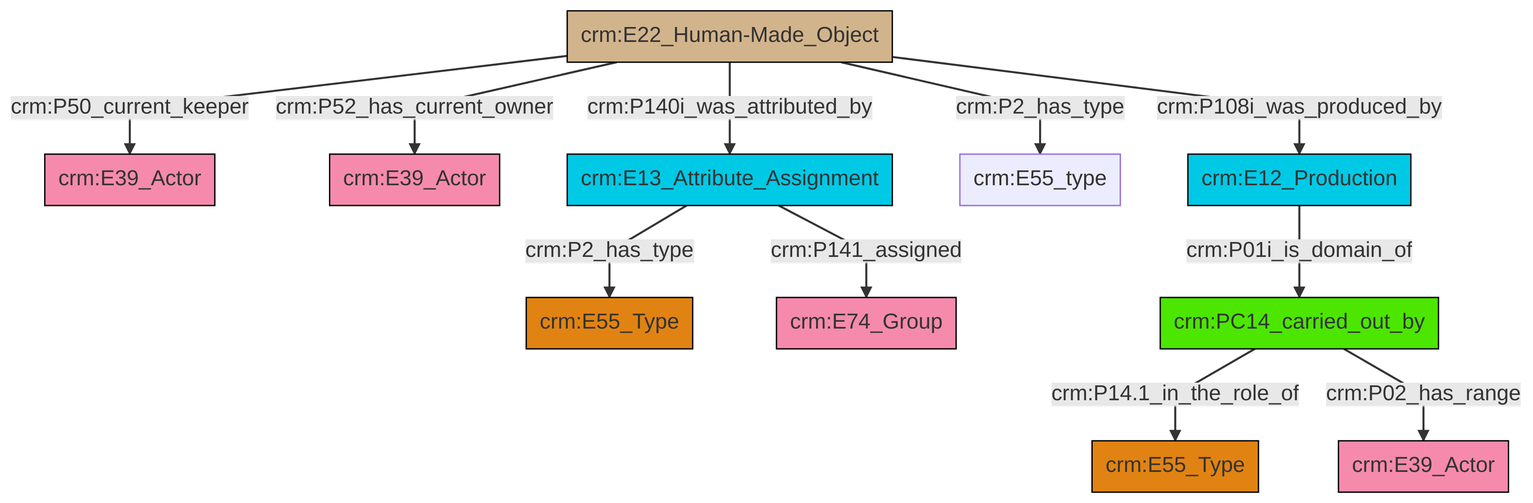
swiss-art-research-net/docs.swissartresearch keeps this Mermaid diagram as et/artworkCSV/ttl/mmd/png/Artwork_Actor_Relations.png. Above is the earlier version. Its source is kept beside it as et/artworkCSV/ttl/mmd/Artwork_Actor_Relations.ttl.mmd.
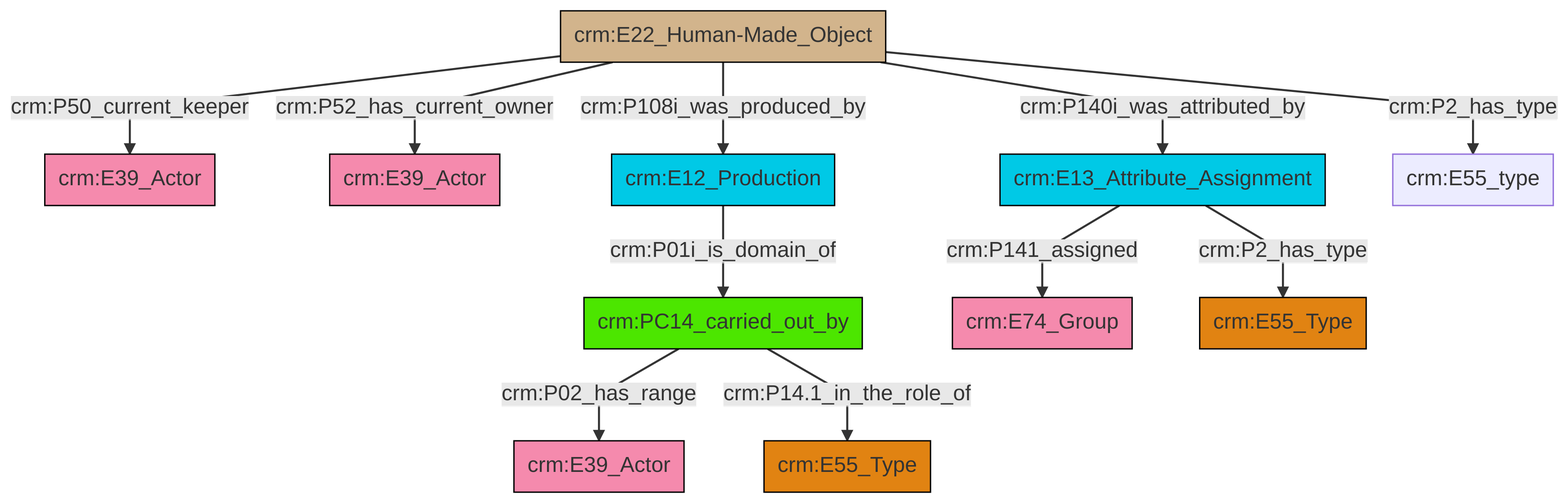
Later version of the same file.

Change to the diagram source:
```diff
@@ -13,13 +13,13 @@
 classDef PC_Classes fill:#4ce600, stroke:#000000;
 classDef Multi fill:#cccccc,stroke:#000000;
 
-0["crm:E13_Attribute_Assignment"]:::Temporal_Entity -->|crm:P2_has_type| 1["crm:E55_Type"]:::Type
-2["crm:E22_Human-Made_Object"]:::Physical_Thing -->|crm:P50_current_keeper| 3["crm:E39_Actor"]:::Actor
-5["crm:PC14_carried_out_by"]:::PC_Classes -->|crm:P14.1_in_the_role_of| 6["crm:E55_Type"]:::Type
-2["crm:E22_Human-Made_Object"]:::Physical_Thing -->|crm:P52_has_current_owner| 7["crm:E39_Actor"]:::Actor
-0["crm:E13_Attribute_Assignment"]:::Temporal_Entity -->|crm:P141_assigned| 9["crm:E74_Group"]:::Actor
-2["crm:E22_Human-Made_Object"]:::Physical_Thing -->|crm:P140i_was_attributed_by| 0["crm:E13_Attribute_Assignment"]:::Temporal_Entity
-5["crm:PC14_carried_out_by"]:::PC_Classes -->|crm:P02_has_range| 15["crm:E39_Actor"]:::Actor
-2["crm:E22_Human-Made_Object"]:::Physical_Thing -->|crm:P2_has_type| 16["crm:E55_type"]:::Default
-2["crm:E22_Human-Made_Object"]:::Physical_Thing -->|crm:P108i_was_produced_by| 12["crm:E12_Production"]:::Temporal_Entity
-12["crm:E12_Production"]:::Temporal_Entity -->|crm:P01i_is_domain_of| 5["crm:PC14_carried_out_by"]:::PC_Classes
+0["crm:E22_Human-Made_Object"]:::Physical_Thing -->|crm:P50_current_keeper| 1["crm:E39_Actor"]:::Actor
+0["crm:E22_Human-Made_Object"]:::Physical_Thing -->|crm:P52_has_current_owner| 4["crm:E39_Actor"]:::Actor
+9["crm:PC14_carried_out_by"]:::PC_Classes -->|crm:P02_has_range| 10["crm:E39_Actor"]:::Actor
+0["crm:E22_Human-Made_Object"]:::Physical_Thing -->|crm:P108i_was_produced_by| 14["crm:E12_Production"]:::Temporal_Entity
+14["crm:E12_Production"]:::Temporal_Entity -->|crm:P01i_is_domain_of| 9["crm:PC14_carried_out_by"]:::PC_Classes
+5["crm:E13_Attribute_Assignment"]:::Temporal_Entity -->|crm:P141_assigned| 7["crm:E74_Group"]:::Actor
+0["crm:E22_Human-Made_Object"]:::Physical_Thing -->|crm:P140i_was_attributed_by| 5["crm:E13_Attribute_Assignment"]:::Temporal_Entity
+0["crm:E22_Human-Made_Object"]:::Physical_Thing -->|crm:P2_has_type| 2["crm:E55_type"]:::Default
+5["crm:E13_Attribute_Assignment"]:::Temporal_Entity -->|crm:P2_has_type| 16["crm:E55_Type"]:::Type
+9["crm:PC14_carried_out_by"]:::PC_Classes -->|crm:P14.1_in_the_role_of| 11["crm:E55_Type"]:::Type
```
